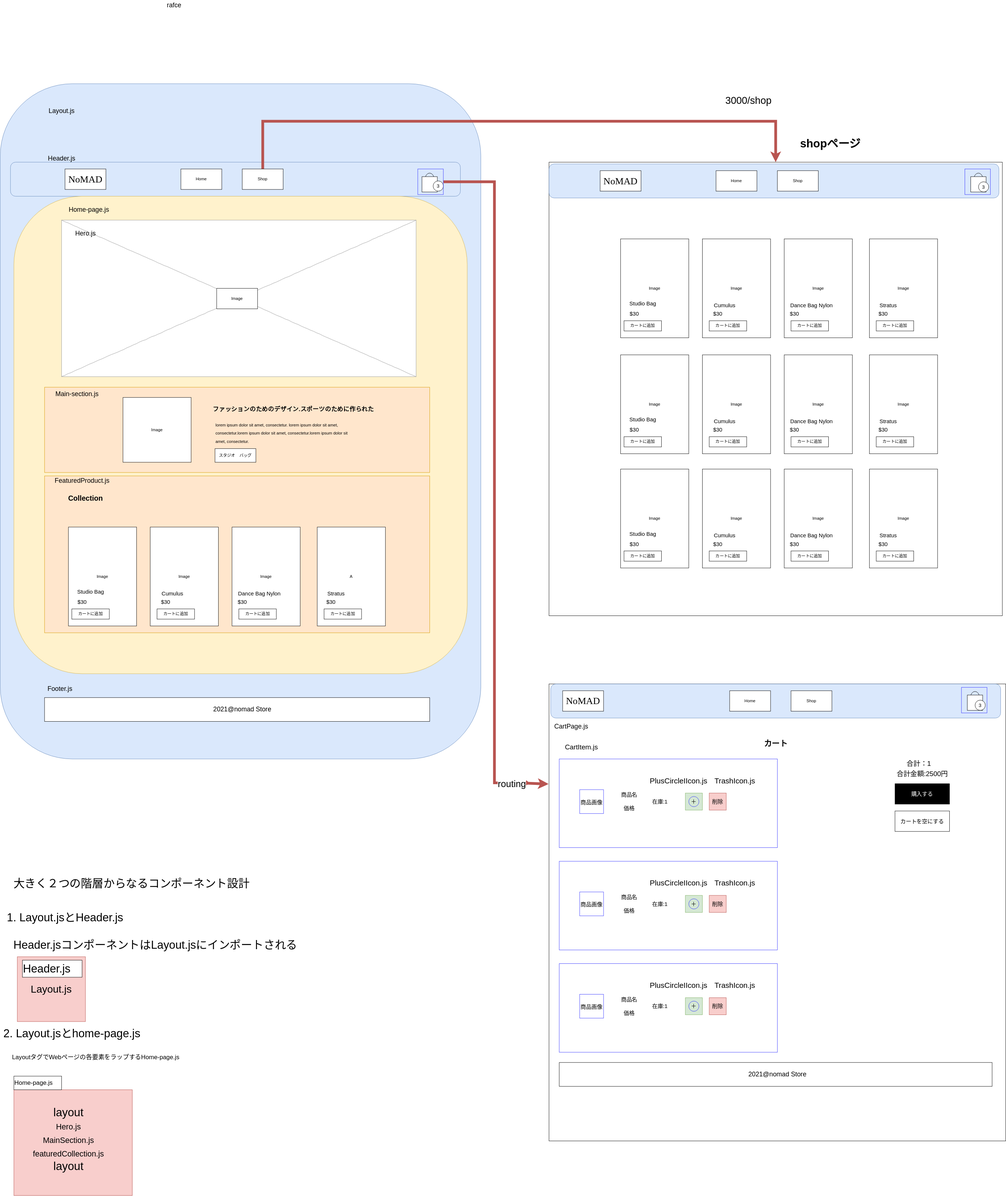
Before: stripe-app.drawio.svg, a diagram exported from draw.io (awsome-cats/react-design). Source tidied: cells renumbered, new cells last; positions are measured from the earlier drawing's top-left corner, leaving out a move shared by most shapes.
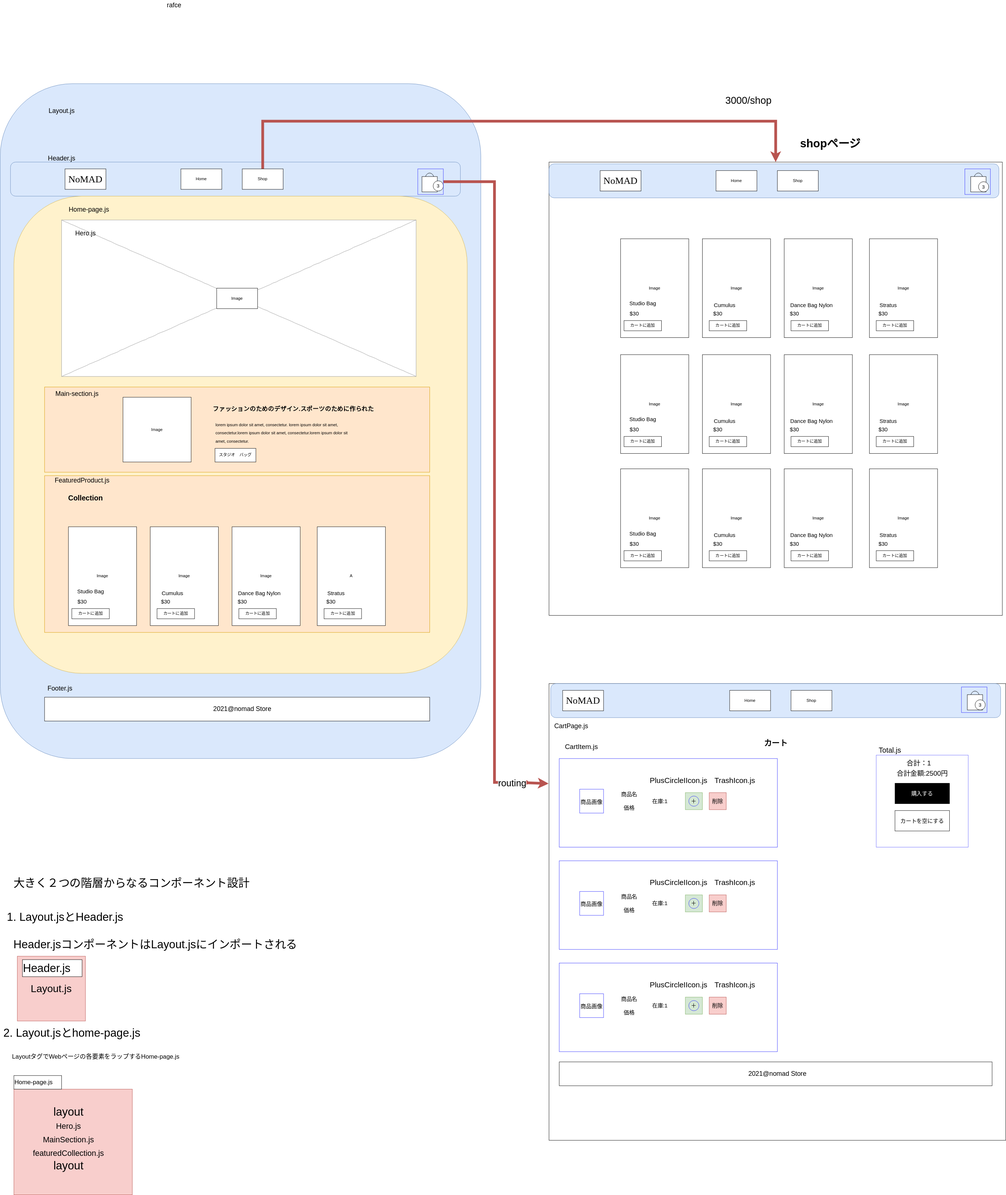
Later version of the same file.

Commit message:
stripe-app.drawio.svg を更新します

The edit, as a diff of the source:
```diff
@@ -542,5 +542,11 @@
     <mxCell id="176" value="カートを空にする" style="rounded=0;whiteSpace=wrap;html=1;fontSize=16;" parent="1" vertex="1">
       <mxGeometry x="2625" y="2377.5" width="160" height="60" as="geometry" />
     </mxCell>
+    <mxCell id="177" style="rounded=0;whiteSpace=wrap;html=1;labelBackgroundColor=none;fontSize=16;fontColor=#000000;fillColor=none;strokeColor=#6666FF;" parent="1" vertex="1">
+      <mxGeometry x="2570" y="2215" width="270" height="270" as="geometry" />
+    </mxCell>
+    <mxCell id="178" value="Total.js" style="text;html=1;align=center;verticalAlign=middle;fillColor=none;strokeColor=none;rounded=0;labelBackgroundColor=none;fontSize=21;fontColor=#000000;" parent="1" vertex="1">
+      <mxGeometry x="2570" y="2185" width="80" height="30" as="geometry" />
+    </mxCell>
   </root>
 </mxGraphModel>
```
